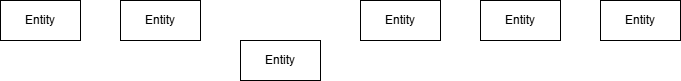
Gabitoto/Bases-de-Datos keeps this draw.io diagram as Diagramas_E_R/Diagrama Trabajo Practico 3.drawio.png. Above is the earlier version. Source tidied: cells renumbered, new cells last; positions are measured from the earlier drawing's top-left corner, leaving out a move shared by most shapes. Source of this version:
```xml
<mxGraphModel>
  <root>
    <mxCell id="0" />
    <mxCell id="1" parent="0" />
    <mxCell id="2" value="Entity" style="whiteSpace=wrap;html=1;align=center;" parent="1" vertex="1">
      <mxGeometry width="80" height="40" as="geometry" />
    </mxCell>
    <mxCell id="3" value="Entity" style="whiteSpace=wrap;html=1;align=center;" parent="1" vertex="1">
      <mxGeometry x="120" width="80" height="40" as="geometry" />
    </mxCell>
    <mxCell id="4" value="Entity" style="whiteSpace=wrap;html=1;align=center;" parent="1" vertex="1">
      <mxGeometry x="240" y="40" width="80" height="40" as="geometry" />
    </mxCell>
    <mxCell id="5" value="Entity" style="whiteSpace=wrap;html=1;align=center;" parent="1" vertex="1">
      <mxGeometry x="360" width="80" height="40" as="geometry" />
    </mxCell>
    <mxCell id="6" value="Entity" style="whiteSpace=wrap;html=1;align=center;" parent="1" vertex="1">
      <mxGeometry x="480" width="80" height="40" as="geometry" />
    </mxCell>
    <mxCell id="7" value="Entity" style="whiteSpace=wrap;html=1;align=center;" parent="1" vertex="1">
      <mxGeometry x="600" width="80" height="40" as="geometry" />
    </mxCell>
  </root>
</mxGraphModel>
```
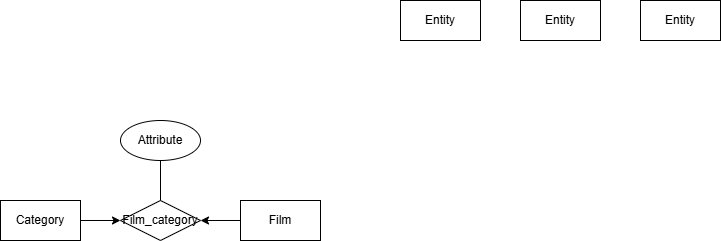
Above is the later version.

Change to the diagram source:
```diff
@@ -2,14 +2,17 @@
   <root>
     <mxCell id="0" />
     <mxCell id="1" parent="0" />
+    <mxCell id="8" style="edgeStyle=orthogonalEdgeStyle;rounded=0;jettySize=auto;html=1;entryX=0;entryY=0.5;entryDx=0;entryDy=0;" parent="1" edge="1" source="2" target="10">
+      <mxGeometry relative="1" as="geometry" />
+    </mxCell>
-    <mxCell id="2" value="Entity" style="whiteSpace=wrap;html=1;align=center;" parent="1" vertex="1">
-      <mxGeometry width="80" height="40" as="geometry" />
+    <mxCell id="2" value="Category" style="whiteSpace=wrap;html=1;align=center;" parent="1" vertex="1">
+      <mxGeometry x="-40" y="200" width="80" height="40" as="geometry" />
     </mxCell>
-    <mxCell id="3" value="Entity" style="whiteSpace=wrap;html=1;align=center;" parent="1" vertex="1">
-      <mxGeometry x="120" width="80" height="40" as="geometry" />
-    </mxCell>
+    <mxCell id="9" style="edgeStyle=orthogonalEdgeStyle;rounded=0;jettySize=auto;html=1;entryX=1;entryY=0.5;entryDx=0;entryDy=0;" parent="1" edge="1" source="4" target="10">
+      <mxGeometry relative="1" as="geometry" />
+    </mxCell>
-    <mxCell id="4" value="Entity" style="whiteSpace=wrap;html=1;align=center;" parent="1" vertex="1">
-      <mxGeometry x="240" y="40" width="80" height="40" as="geometry" />
+    <mxCell id="4" value="Film" style="whiteSpace=wrap;html=1;align=center;" parent="1" vertex="1">
+      <mxGeometry x="200" y="200" width="80" height="40" as="geometry" />
     </mxCell>
     <mxCell id="5" value="Entity" style="whiteSpace=wrap;html=1;align=center;" parent="1" vertex="1">
       <mxGeometry x="360" width="80" height="40" as="geometry" />
@@ -20,5 +23,14 @@
     <mxCell id="7" value="Entity" style="whiteSpace=wrap;html=1;align=center;" parent="1" vertex="1">
       <mxGeometry x="600" width="80" height="40" as="geometry" />
     </mxCell>
+    <mxCell id="10" value="Film_category" style="shape=rhombus;perimeter=rhombusPerimeter;whiteSpace=wrap;html=1;align=center;" parent="1" vertex="1">
+      <mxGeometry x="80" y="200" width="80" height="40" as="geometry" />
+    </mxCell>
+    <mxCell id="11" value="Attribute" style="ellipse;whiteSpace=wrap;html=1;align=center;" parent="1" vertex="1">
+      <mxGeometry x="80" y="120" width="80" height="40" as="geometry" />
+    </mxCell>
+    <mxCell id="12" style="endArrow=none;html=1;rounded=0;entryX=0.5;entryY=0;entryDx=0;entryDy=0;exitX=0.5;exitY=1;exitDx=0;exitDy=0;" parent="1" edge="1" source="11" target="10">
+      <mxGeometry relative="1" as="geometry" />
+    </mxCell>
   </root>
 </mxGraphModel>
```
